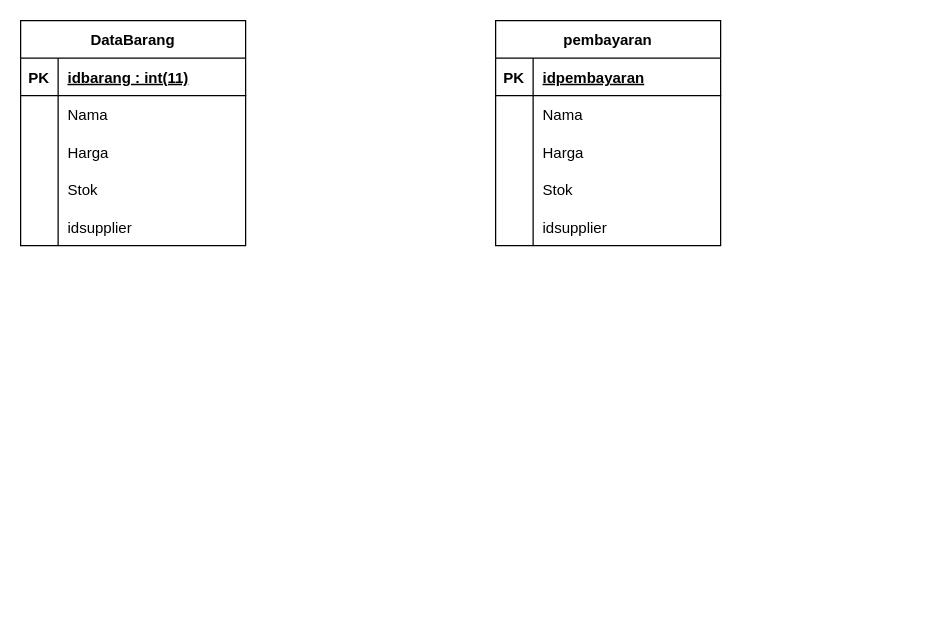
Earlier version of the draw.io diagram Untitled Diagram.drawio (Hijrana19/DB1usb). Source tidied: cells renumbered, new cells numbered last; positions are measured from the earlier drawing's top-left corner, leaving out a move shared by most shapes. Both pictures are drawn from the tidied source at 125%, with x=0, y=0 at pixel (20, 20).
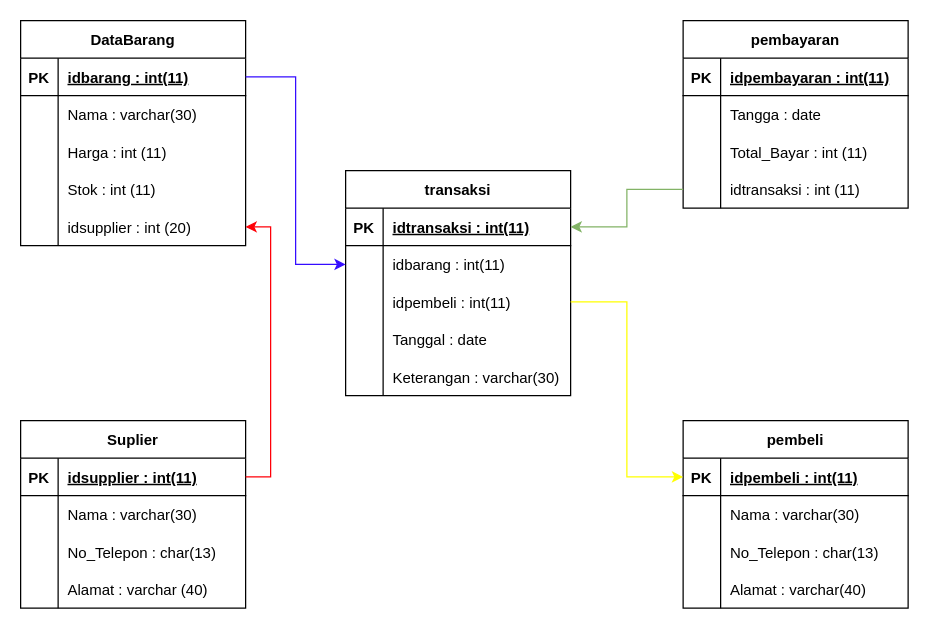
The same diagram, later.

The change refers to these unchanged cells:
```xml
<mxCell id="3" style="shape=tableRow;horizontal=0;startSize=0;swimlaneHead=0;swimlaneBody=0;fillColor=none;points=[[0,0.5],[1,0.5]];portConstraint=eastwest;top=0;left=0;right=0;bottom=1;" parent="2" vertex="1">
  <mxGeometry y="30" width="180" height="30" as="geometry" />
</mxCell>
<mxCell id="6" style="shape=tableRow;horizontal=0;startSize=0;swimlaneHead=0;swimlaneBody=0;fillColor=none;top=0;left=0;right=0;bottom=0;" parent="2" vertex="1">
  <mxGeometry y="60" width="180" height="30" as="geometry" />
</mxCell>
<mxCell id="9" style="shape=tableRow;horizontal=0;startSize=0;swimlaneHead=0;swimlaneBody=0;fillColor=none;top=0;left=0;right=0;bottom=0;" parent="2" vertex="1">
  <mxGeometry y="90" width="180" height="30" as="geometry" />
</mxCell>
<mxCell id="12" style="shape=tableRow;horizontal=0;startSize=0;swimlaneHead=0;swimlaneBody=0;fillColor=none;top=0;left=0;right=0;bottom=0;" parent="2" vertex="1">
  <mxGeometry y="120" width="180" height="30" as="geometry" />
</mxCell>
<mxCell id="15" style="shape=tableRow;horizontal=0;startSize=0;swimlaneHead=0;swimlaneBody=0;fillColor=none;points=[[0,0.5],[1,0.5]];portConstraint=eastwest;top=0;left=0;right=0;bottom=0;" parent="2" vertex="1">
  <mxGeometry y="150" width="180" height="30" as="geometry" />
</mxCell>
<mxCell id="19" style="shape=tableRow;horizontal=0;startSize=0;swimlaneHead=0;swimlaneBody=0;fillColor=none;top=0;left=0;right=0;bottom=1;" parent="18" vertex="1">
  <mxGeometry y="30" width="180" height="30" as="geometry" />
</mxCell>
<mxCell id="22" style="shape=tableRow;horizontal=0;startSize=0;swimlaneHead=0;swimlaneBody=0;fillColor=none;top=0;left=0;right=0;bottom=0;" parent="18" vertex="1">
  <mxGeometry y="60" width="180" height="30" as="geometry" />
</mxCell>
<mxCell id="25" style="shape=tableRow;horizontal=0;startSize=0;swimlaneHead=0;swimlaneBody=0;fillColor=none;top=0;left=0;right=0;bottom=0;" parent="18" vertex="1">
  <mxGeometry y="90" width="180" height="30" as="geometry" />
</mxCell>
<mxCell id="28" style="shape=tableRow;horizontal=0;startSize=0;swimlaneHead=0;swimlaneBody=0;fillColor=none;points=[[0,0.5],[1,0.5]];portConstraint=eastwest;top=0;left=0;right=0;bottom=0;" parent="18" vertex="1">
  <mxGeometry y="120" width="180" height="30" as="geometry" />
</mxCell>
```

Change to the diagram source:
```diff
@@
-    <mxCell id="8" value="Nama" style="shape=partialRectangle;fillColor=none;top=0;left=0;bottom=0;right=0;align=left;spacingLeft=6;overflow=hidden;" parent="6" vertex="1">
+    <mxCell id="8" value="Nama : varchar(30)" style="shape=partialRectangle;fillColor=none;top=0;left=0;bottom=0;right=0;align=left;spacingLeft=6;overflow=hidden;" parent="6" vertex="1">
       <mxGeometry x="30" width="150" height="30" as="geometry" />
     </mxCell>
@@
-    <mxCell id="11" value="Harga" style="shape=partialRectangle;fillColor=none;top=0;left=0;bottom=0;right=0;align=left;spacingLeft=6;overflow=hidden;" parent="9" vertex="1">
+    <mxCell id="11" value="Harga : int (11)" style="shape=partialRectangle;fillColor=none;top=0;left=0;bottom=0;right=0;align=left;spacingLeft=6;overflow=hidden;" parent="9" vertex="1">
       <mxGeometry x="30" width="150" height="30" as="geometry" />
     </mxCell>
@@
-    <mxCell id="14" value="Stok" style="shape=partialRectangle;fillColor=none;top=0;left=0;bottom=0;right=0;align=left;spacingLeft=6;overflow=hidden;" parent="12" vertex="1">
+    <mxCell id="14" value="Stok : int (11)" style="shape=partialRectangle;fillColor=none;top=0;left=0;bottom=0;right=0;align=left;spacingLeft=6;overflow=hidden;" parent="12" vertex="1">
       <mxGeometry x="30" width="150" height="30" as="geometry" />
     </mxCell>
@@
-    <mxCell id="17" value="idsupplier" style="shape=partialRectangle;fillColor=none;top=0;left=0;bottom=0;right=0;align=left;spacingLeft=6;overflow=hidden;" parent="15" vertex="1">
+    <mxCell id="17" value="idsupplier : int (20)" style="shape=partialRectangle;fillColor=none;top=0;left=0;bottom=0;right=0;align=left;spacingLeft=6;overflow=hidden;" parent="15" vertex="1">
       <mxGeometry x="30" width="150" height="30" as="geometry" />
     </mxCell>
     <mxCell id="18" value="pembayaran" style="shape=table;startSize=30;childLayout=tableLayout;rowLines=0;fontStyle=1;align=center;" parent="1" vertex="1">
-      <mxGeometry x="380" width="180" height="180" as="geometry" />
+      <mxGeometry x="530" width="180" height="150" as="geometry" />
     </mxCell>
@@
-    <mxCell id="21" value="idpembayaran" style="shape=partialRectangle;fillColor=none;top=0;left=0;bottom=0;right=0;align=left;spacingLeft=6;fontStyle=5;overflow=hidden;" parent="19" vertex="1">
+    <mxCell id="21" value="idpembayaran : int(11)" style="shape=partialRectangle;fillColor=none;top=0;left=0;bottom=0;right=0;align=left;spacingLeft=6;fontStyle=5;overflow=hidden;" parent="19" vertex="1">
       <mxGeometry x="30" width="150" height="30" as="geometry" />
     </mxCell>
@@
-    <mxCell id="24" value="Nama" style="shape=partialRectangle;fillColor=none;top=0;left=0;bottom=0;right=0;align=left;spacingLeft=6;overflow=hidden;" parent="22" vertex="1">
+    <mxCell id="24" value="Tangga : date" style="shape=partialRectangle;fillColor=none;top=0;left=0;bottom=0;right=0;align=left;spacingLeft=6;overflow=hidden;" parent="22" vertex="1">
       <mxGeometry x="30" width="150" height="30" as="geometry" />
     </mxCell>
@@
-    <mxCell id="27" value="Harga" style="shape=partialRectangle;fillColor=none;top=0;left=0;bottom=0;right=0;align=left;spacingLeft=6;overflow=hidden;" parent="25" vertex="1">
+    <mxCell id="27" value="Total_Bayar : int (11)" style="shape=partialRectangle;fillColor=none;top=0;left=0;bottom=0;right=0;align=left;spacingLeft=6;overflow=hidden;" parent="25" vertex="1">
       <mxGeometry x="30" width="150" height="30" as="geometry" />
     </mxCell>
@@
-    <mxCell id="30" value="Stok" style="shape=partialRectangle;fillColor=none;top=0;left=0;bottom=0;right=0;align=left;spacingLeft=6;overflow=hidden;" parent="28" vertex="1">
+    <mxCell id="30" value="idtransaksi : int (11)" style="shape=partialRectangle;fillColor=none;top=0;left=0;bottom=0;right=0;align=left;spacingLeft=6;overflow=hidden;" parent="28" vertex="1">
       <mxGeometry x="30" width="150" height="30" as="geometry" />
     </mxCell>
+    <mxCell id="34" value="transaksi" style="shape=table;startSize=30;childLayout=tableLayout;rowLines=0;fontStyle=1;align=center;fontColor=#000000;" parent="1" vertex="1">
+      <mxGeometry x="260" y="120" width="180" height="180" as="geometry" />
+    </mxCell>
+    <mxCell id="35" style="shape=tableRow;horizontal=0;startSize=0;swimlaneHead=0;swimlaneBody=0;fillColor=none;points=[[0,0.5],[1,0.5]];portConstraint=eastwest;top=0;left=0;right=0;bottom=1;" parent="34" vertex="1">
+      <mxGeometry y="30" width="180" height="30" as="geometry" />
+    </mxCell>
+    <mxCell id="36" value="PK" style="shape=partialRectangle;fillColor=none;top=0;left=0;bottom=0;right=0;fontStyle=1;overflow=hidden;" parent="35" vertex="1">
+      <mxGeometry width="30" height="30" as="geometry" />
+    </mxCell>
+    <mxCell id="37" value="idtransaksi : int(11)" style="shape=partialRectangle;fillColor=none;top=0;left=0;bottom=0;right=0;align=left;spacingLeft=6;fontStyle=5;overflow=hidden;" parent="35" vertex="1">
+      <mxGeometry x="30" width="150" height="30" as="geometry" />
+    </mxCell>
+    <mxCell id="38" style="shape=tableRow;horizontal=0;startSize=0;swimlaneHead=0;swimlaneBody=0;fillColor=none;points=[[0,0.5],[1,0.5]];portConstraint=eastwest;top=0;left=0;right=0;bottom=0;" parent="34" vertex="1">
+      <mxGeometry y="60" width="180" height="30" as="geometry" />
+    </mxCell>
+    <mxCell id="39" style="shape=partialRectangle;fillColor=none;top=0;left=0;bottom=0;right=0;overflow=hidden;" parent="38" vertex="1">
+      <mxGeometry width="30" height="30" as="geometry" />
+    </mxCell>
+    <mxCell id="40" value="idbarang : int(11)" style="shape=partialRectangle;fillColor=none;top=0;left=0;bottom=0;right=0;align=left;spacingLeft=6;overflow=hidden;" parent="38" vertex="1">
+      <mxGeometry x="30" width="150" height="30" as="geometry" />
+    </mxCell>
+    <mxCell id="41" style="shape=tableRow;horizontal=0;startSize=0;swimlaneHead=0;swimlaneBody=0;fillColor=none;points=[[0,0.5],[1,0.5]];portConstraint=eastwest;top=0;left=0;right=0;bottom=0;" parent="34" vertex="1">
+      <mxGeometry y="90" width="180" height="30" as="geometry" />
+    </mxCell>
+    <mxCell id="42" style="shape=partialRectangle;fillColor=none;top=0;left=0;bottom=0;right=0;overflow=hidden;" parent="41" vertex="1">
+      <mxGeometry width="30" height="30" as="geometry" />
+    </mxCell>
+    <mxCell id="43" value="idpembeli : int(11)" style="shape=partialRectangle;fillColor=none;top=0;left=0;bottom=0;right=0;align=left;spacingLeft=6;overflow=hidden;" parent="41" vertex="1">
+      <mxGeometry x="30" width="150" height="30" as="geometry" />
+    </mxCell>
+    <mxCell id="44" style="shape=tableRow;horizontal=0;startSize=0;swimlaneHead=0;swimlaneBody=0;fillColor=none;top=0;left=0;right=0;bottom=0;" parent="34" vertex="1">
+      <mxGeometry y="120" width="180" height="30" as="geometry" />
+    </mxCell>
+    <mxCell id="45" style="shape=partialRectangle;fillColor=none;top=0;left=0;bottom=0;right=0;overflow=hidden;" parent="44" vertex="1">
+      <mxGeometry width="30" height="30" as="geometry" />
+    </mxCell>
+    <mxCell id="46" value="Tanggal : date" style="shape=partialRectangle;fillColor=none;top=0;left=0;bottom=0;right=0;align=left;spacingLeft=6;overflow=hidden;" parent="44" vertex="1">
+      <mxGeometry x="30" width="150" height="30" as="geometry" />
+    </mxCell>
-    <mxCell id="31" style="shape=tableRow;horizontal=0;startSize=0;swimlaneHead=0;swimlaneBody=0;fillColor=none;top=0;left=0;right=0;bottom=0;" parent="18" vertex="1">
+    <mxCell id="31" style="shape=tableRow;horizontal=0;startSize=0;swimlaneHead=0;swimlaneBody=0;fillColor=none;top=0;left=0;right=0;bottom=0;" parent="34" vertex="1">
       <mxGeometry y="150" width="180" height="30" as="geometry" />
     </mxCell>
-    <mxCell id="32" style="shape=partialRectangle;fillColor=none;top=0;left=0;bottom=0;right=0;overflow=hidden;" parent="31" vertex="1">
-      <mxGeometry width="30" height="30" as="geometry" />
-    </mxCell>
-    <mxCell id="33" value="idsupplier" style="shape=partialRectangle;fillColor=none;top=0;left=0;bottom=0;right=0;align=left;spacingLeft=6;overflow=hidden;" parent="31" vertex="1">
-      <mxGeometry x="30" width="150" height="30" as="geometry" />
-    </mxCell>
+    <mxCell id="47" style="shape=partialRectangle;fillColor=none;top=0;left=0;bottom=0;right=0;overflow=hidden;" parent="31" vertex="1">
+      <mxGeometry width="30" height="30" as="geometry" />
+    </mxCell>
+    <mxCell id="48" value="Keterangan : varchar(30)" style="shape=partialRectangle;fillColor=none;top=0;left=0;bottom=0;right=0;align=left;spacingLeft=6;overflow=hidden;" parent="31" vertex="1">
+      <mxGeometry x="30" width="150" height="30" as="geometry" />
+    </mxCell>
+    <mxCell id="49" value="Suplier" style="shape=table;startSize=30;childLayout=tableLayout;rowLines=0;fontStyle=1;align=center;fontColor=#000000;" parent="1" vertex="1">
+      <mxGeometry y="320" width="180" height="150" as="geometry" />
+    </mxCell>
+    <mxCell id="50" style="shape=tableRow;horizontal=0;startSize=0;swimlaneHead=0;swimlaneBody=0;fillColor=none;points=[[0,0.5],[1,0.5]];portConstraint=eastwest;top=0;left=0;right=0;bottom=1;" parent="49" vertex="1">
+      <mxGeometry y="30" width="180" height="30" as="geometry" />
+    </mxCell>
+    <mxCell id="51" value="PK" style="shape=partialRectangle;fillColor=none;top=0;left=0;bottom=0;right=0;fontStyle=1;overflow=hidden;" parent="50" vertex="1">
+      <mxGeometry width="30" height="30" as="geometry" />
+    </mxCell>
+    <mxCell id="52" value="idsupplier : int(11)" style="shape=partialRectangle;fillColor=none;top=0;left=0;bottom=0;right=0;align=left;spacingLeft=6;fontStyle=5;overflow=hidden;" parent="50" vertex="1">
+      <mxGeometry x="30" width="150" height="30" as="geometry" />
+    </mxCell>
+    <mxCell id="53" style="shape=tableRow;horizontal=0;startSize=0;swimlaneHead=0;swimlaneBody=0;fillColor=none;top=0;left=0;right=0;bottom=0;" parent="49" vertex="1">
+      <mxGeometry y="60" width="180" height="30" as="geometry" />
+    </mxCell>
+    <mxCell id="54" style="shape=partialRectangle;fillColor=none;top=0;left=0;bottom=0;right=0;overflow=hidden;" parent="53" vertex="1">
+      <mxGeometry width="30" height="30" as="geometry" />
+    </mxCell>
+    <mxCell id="55" value="Nama : varchar(30)" style="shape=partialRectangle;fillColor=none;top=0;left=0;bottom=0;right=0;align=left;spacingLeft=6;overflow=hidden;" parent="53" vertex="1">
+      <mxGeometry x="30" width="150" height="30" as="geometry" />
+    </mxCell>
+    <mxCell id="56" style="shape=tableRow;horizontal=0;startSize=0;swimlaneHead=0;swimlaneBody=0;fillColor=none;top=0;left=0;right=0;bottom=0;" parent="49" vertex="1">
+      <mxGeometry y="90" width="180" height="30" as="geometry" />
+    </mxCell>
+    <mxCell id="57" style="shape=partialRectangle;fillColor=none;top=0;left=0;bottom=0;right=0;overflow=hidden;" parent="56" vertex="1">
+      <mxGeometry width="30" height="30" as="geometry" />
+    </mxCell>
+    <mxCell id="58" value="No_Telepon : char(13)" style="shape=partialRectangle;fillColor=none;top=0;left=0;bottom=0;right=0;align=left;spacingLeft=6;overflow=hidden;" parent="56" vertex="1">
+      <mxGeometry x="30" width="150" height="30" as="geometry" />
+    </mxCell>
+    <mxCell id="59" style="shape=tableRow;horizontal=0;startSize=0;swimlaneHead=0;swimlaneBody=0;fillColor=none;top=0;left=0;right=0;bottom=0;" parent="49" vertex="1">
+      <mxGeometry y="120" width="180" height="30" as="geometry" />
+    </mxCell>
+    <mxCell id="60" style="shape=partialRectangle;fillColor=none;top=0;left=0;bottom=0;right=0;overflow=hidden;" parent="59" vertex="1">
+      <mxGeometry width="30" height="30" as="geometry" />
+    </mxCell>
+    <mxCell id="61" value="Alamat : varchar (40)" style="shape=partialRectangle;fillColor=none;top=0;left=0;bottom=0;right=0;align=left;spacingLeft=6;overflow=hidden;" parent="59" vertex="1">
+      <mxGeometry x="30" width="150" height="30" as="geometry" />
+    </mxCell>
+    <mxCell id="62" value="pembeli" style="shape=table;startSize=30;childLayout=tableLayout;rowLines=0;fontStyle=1;align=center;fontColor=#000000;" parent="1" vertex="1">
+      <mxGeometry x="530" y="320" width="180" height="150" as="geometry" />
+    </mxCell>
+    <mxCell id="63" style="shape=tableRow;horizontal=0;startSize=0;swimlaneHead=0;swimlaneBody=0;fillColor=none;points=[[0,0.5],[1,0.5]];portConstraint=eastwest;top=0;left=0;right=0;bottom=1;" parent="62" vertex="1">
+      <mxGeometry y="30" width="180" height="30" as="geometry" />
+    </mxCell>
+    <mxCell id="64" value="PK" style="shape=partialRectangle;fillColor=none;top=0;left=0;bottom=0;right=0;fontStyle=1;overflow=hidden;" parent="63" vertex="1">
+      <mxGeometry width="30" height="30" as="geometry" />
+    </mxCell>
+    <mxCell id="65" value="idpembeli : int(11)" style="shape=partialRectangle;fillColor=none;top=0;left=0;bottom=0;right=0;align=left;spacingLeft=6;fontStyle=5;overflow=hidden;" parent="63" vertex="1">
+      <mxGeometry x="30" width="150" height="30" as="geometry" />
+    </mxCell>
+    <mxCell id="66" style="shape=tableRow;horizontal=0;startSize=0;swimlaneHead=0;swimlaneBody=0;fillColor=none;top=0;left=0;right=0;bottom=0;" parent="62" vertex="1">
+      <mxGeometry y="60" width="180" height="30" as="geometry" />
+    </mxCell>
+    <mxCell id="67" style="shape=partialRectangle;fillColor=none;top=0;left=0;bottom=0;right=0;overflow=hidden;" parent="66" vertex="1">
+      <mxGeometry width="30" height="30" as="geometry" />
+    </mxCell>
+    <mxCell id="68" value="Nama : varchar(30)" style="shape=partialRectangle;fillColor=none;top=0;left=0;bottom=0;right=0;align=left;spacingLeft=6;overflow=hidden;" parent="66" vertex="1">
+      <mxGeometry x="30" width="150" height="30" as="geometry" />
+    </mxCell>
+    <mxCell id="69" style="shape=tableRow;horizontal=0;startSize=0;swimlaneHead=0;swimlaneBody=0;fillColor=none;top=0;left=0;right=0;bottom=0;" parent="62" vertex="1">
+      <mxGeometry y="90" width="180" height="30" as="geometry" />
+    </mxCell>
+    <mxCell id="70" style="shape=partialRectangle;fillColor=none;top=0;left=0;bottom=0;right=0;overflow=hidden;" parent="69" vertex="1">
+      <mxGeometry width="30" height="30" as="geometry" />
+    </mxCell>
+    <mxCell id="71" value="No_Telepon : char(13)" style="shape=partialRectangle;fillColor=none;top=0;left=0;bottom=0;right=0;align=left;spacingLeft=6;overflow=hidden;" parent="69" vertex="1">
+      <mxGeometry x="30" width="150" height="30" as="geometry" />
+    </mxCell>
+    <mxCell id="72" style="shape=tableRow;horizontal=0;startSize=0;swimlaneHead=0;swimlaneBody=0;fillColor=none;top=0;left=0;right=0;bottom=0;" parent="62" vertex="1">
+      <mxGeometry y="120" width="180" height="30" as="geometry" />
+    </mxCell>
+    <mxCell id="73" style="shape=partialRectangle;fillColor=none;top=0;left=0;bottom=0;right=0;overflow=hidden;" parent="72" vertex="1">
+      <mxGeometry width="30" height="30" as="geometry" />
+    </mxCell>
+    <mxCell id="74" value="Alamat : varchar(40)" style="shape=partialRectangle;fillColor=none;top=0;left=0;bottom=0;right=0;align=left;spacingLeft=6;overflow=hidden;" parent="72" vertex="1">
+      <mxGeometry x="30" width="150" height="30" as="geometry" />
+    </mxCell>
+    <mxCell id="75" style="edgeStyle=orthogonalEdgeStyle;rounded=0;jettySize=auto;html=1;exitX=1;exitY=0.5;exitDx=0;exitDy=0;fontColor=#000000;strokeColor=#350DFF;" parent="1" edge="1" source="3" target="38">
+      <mxGeometry relative="1" as="geometry" />
+    </mxCell>
+    <mxCell id="76" style="edgeStyle=orthogonalEdgeStyle;rounded=0;jettySize=auto;html=1;exitX=1;exitY=0.5;exitDx=0;exitDy=0;entryX=1;entryY=0.5;entryDx=0;entryDy=0;fontColor=#000000;strokeColor=#FF0008;" parent="1" edge="1" source="50" target="15">
+      <mxGeometry relative="1" as="geometry" />
+    </mxCell>
+    <mxCell id="77" style="edgeStyle=orthogonalEdgeStyle;rounded=0;jettySize=auto;html=1;exitX=1;exitY=0.5;exitDx=0;exitDy=0;entryX=0;entryY=0.5;entryDx=0;entryDy=0;fontColor=#000000;strokeColor=#FFFF00;" parent="1" edge="1" source="41" target="63">
+      <mxGeometry relative="1" as="geometry" />
+    </mxCell>
+    <mxCell id="78" style="edgeStyle=orthogonalEdgeStyle;rounded=0;jettySize=auto;html=1;exitX=0;exitY=0.5;exitDx=0;exitDy=0;entryX=1;entryY=0.5;entryDx=0;entryDy=0;fontColor=#000000;fillColor=#d5e8d4;strokeColor=#82b366;" parent="1" edge="1" source="28" target="35">
+      <mxGeometry relative="1" as="geometry" />
+    </mxCell>
```
